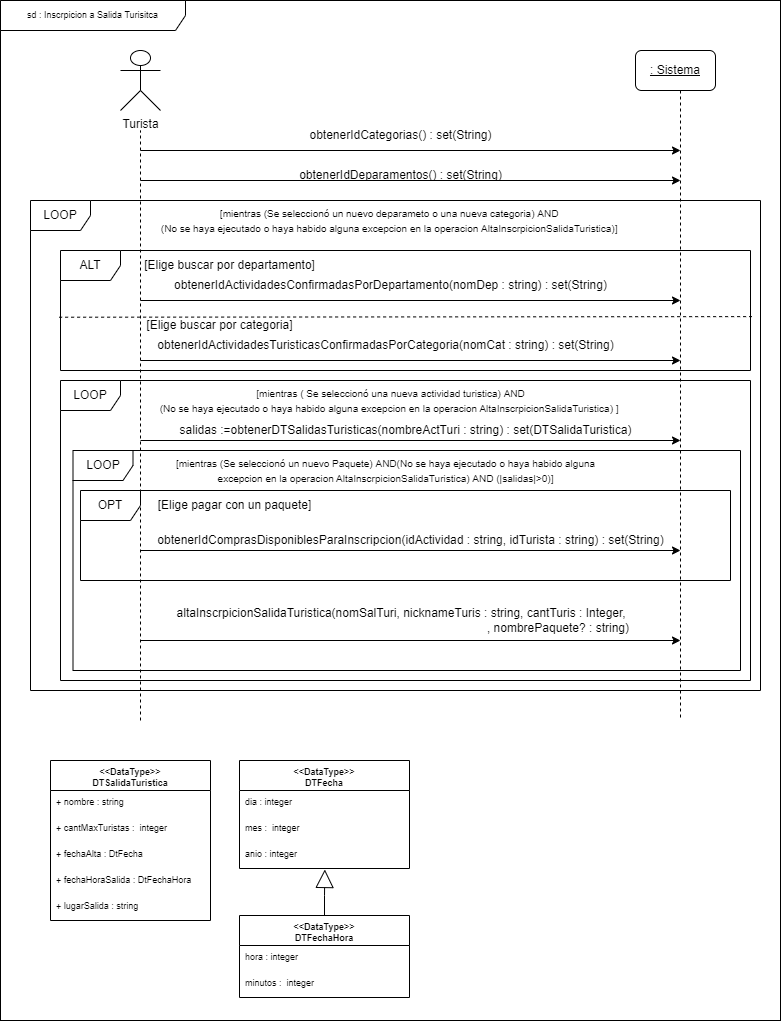
The draw.io diagram docs/Iteración 2/Análisis/DSS Servidor web/Inscripción a Salida Turística.png in FacundoDiaz00/Taller-de-Programaci-n, before a commit. Source tidied: cells renumbered, new cells last; positions are measured from the earlier drawing's top-left corner, leaving out a move shared by most shapes.
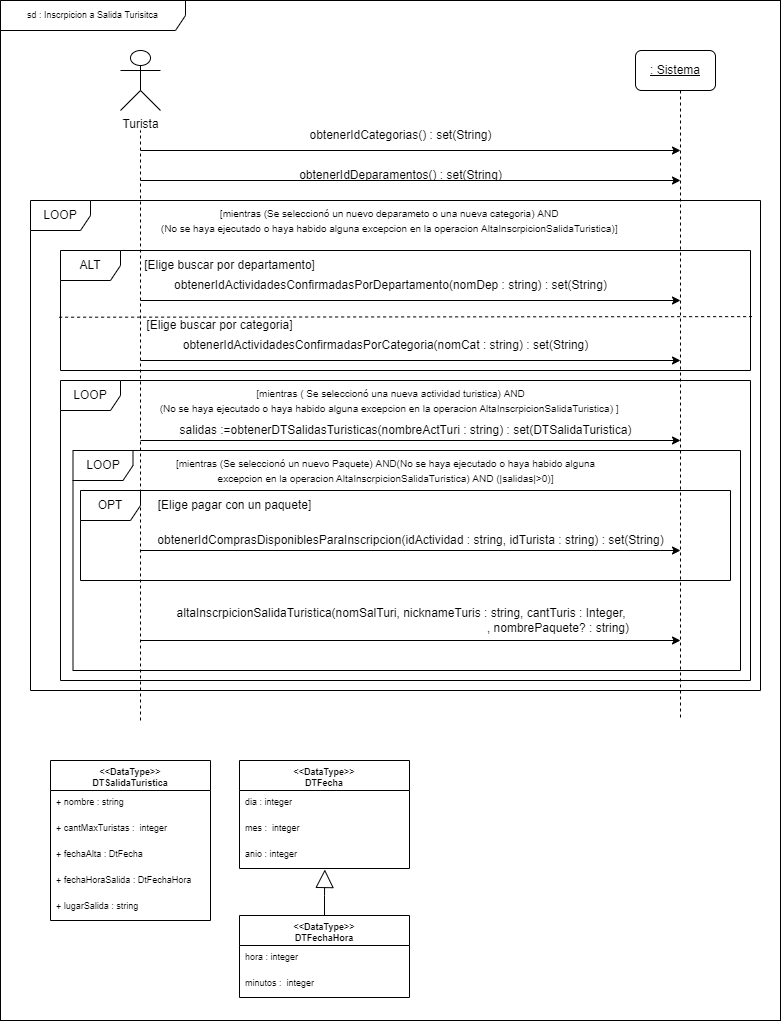
After the commit.

Commit message:
cambio en consulta de paquerte de actividad turistica

What changed in the source:
```diff
@@ -148,8 +148,8 @@
     <mxCell id="42" value="[Elige buscar por categoria]" style="text;html=1;align=center;verticalAlign=middle;strokeColor=none;fillColor=none;" parent="1" vertex="1">
       <mxGeometry x="134" y="310" width="170" height="30" as="geometry" />
     </mxCell>
-    <mxCell id="43" value="obtenerIdActividadesTuristicasConfirmadasPorCategoria(nomCat : string) : set(String)" style="text;html=1;align=center;verticalAlign=middle;strokeColor=none;fillColor=none;" parent="1" vertex="1">
-      <mxGeometry x="145" y="330" width="480" height="30" as="geometry" />
+    <mxCell id="43" value="obtenerIdActividadesConfirmadasPorCategoria(nomCat : string) : set(String)" style="text;html=1;align=center;verticalAlign=middle;strokeColor=none;fillColor=none;" parent="1" vertex="1">
+      <mxGeometry x="170" y="330" width="430" height="30" as="geometry" />
     </mxCell>
     <mxCell id="44" value="[Elige pagar con un paquete]" style="text;html=1;align=center;verticalAlign=middle;strokeColor=none;fillColor=none;" parent="1" vertex="1">
       <mxGeometry x="144" y="490" width="180" height="30" as="geometry" />
```
